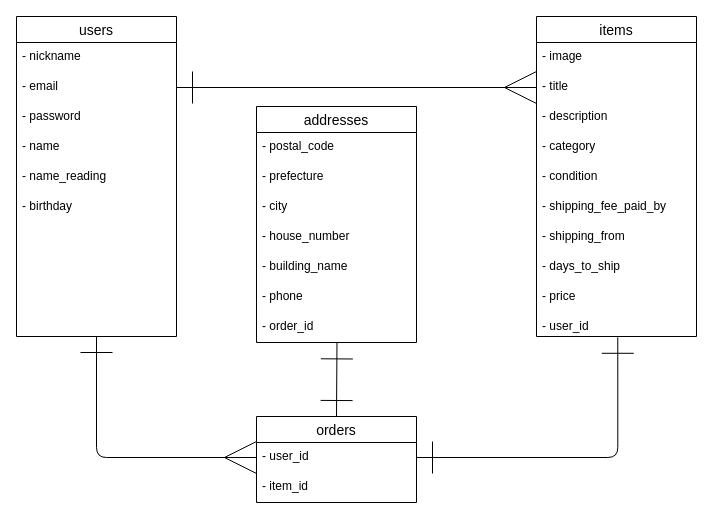
Above: furima.dio in fuj1sh0/furima-39662 (draw.io), before the change. Source tidied: cells renumbered, new cells numbered last; positions are measured from the earlier drawing's top-left corner, leaving out a move shared by most shapes. Both pictures are drawn from the tidied source at 100%, with x=0, y=0 at pixel (16, 16).
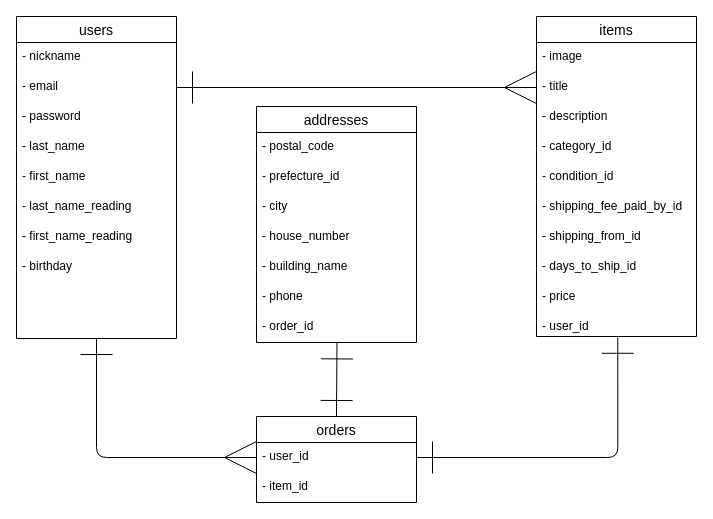
The same diagram, later.

Commit message (it also covers changes not shown here):
データベース設計2

The change refers to these unchanged cells:
```xml
<mxCell id="9" value="addresses" style="swimlane;fontStyle=0;horizontal=1;startSize=26;align=center;fontSize=14;" parent="1" vertex="1">
  <mxGeometry x="240" y="90" width="160" height="236" as="geometry" />
</mxCell>
<mxCell id="17" value="items" style="swimlane;fontStyle=0;horizontal=1;startSize=26;align=center;fontSize=14;" parent="1" vertex="1">
  <mxGeometry x="520" width="160" height="320" as="geometry" />
</mxCell>
```

The edit, as a diff of the source:
```diff
@@
     <mxCell id="2" value="users" style="swimlane;fontStyle=0;horizontal=1;startSize=26;align=center;fontSize=14;" parent="1" vertex="1">
-      <mxGeometry width="160" height="320" as="geometry" />
+      <mxGeometry width="160" height="322" as="geometry" />
     </mxCell>
@@
-    <mxCell id="6" value="- name" style="text;strokeColor=none;fillColor=none;spacingLeft=4;spacingRight=4;overflow=hidden;fontSize=12;" parent="2" vertex="1">
+    <mxCell id="6" value="- last_name" style="text;strokeColor=none;fillColor=none;spacingLeft=4;spacingRight=4;overflow=hidden;fontSize=12;" parent="2" vertex="1">
       <mxGeometry y="116" width="160" height="30" as="geometry" />
     </mxCell>
+    <mxCell id="35" value="- first_name" style="text;strokeColor=none;fillColor=none;spacingLeft=4;spacingRight=4;overflow=hidden;fontSize=12;" parent="2" vertex="1">
+      <mxGeometry y="146" width="160" height="30" as="geometry" />
+    </mxCell>
-    <mxCell id="7" value="- name_reading" style="text;strokeColor=none;fillColor=none;spacingLeft=4;spacingRight=4;overflow=hidden;fontSize=12;" parent="2" vertex="1">
-      <mxGeometry y="146" width="160" height="30" as="geometry" />
+    <mxCell id="7" value="- last_name_reading" style="text;strokeColor=none;fillColor=none;spacingLeft=4;spacingRight=4;overflow=hidden;fontSize=12;" parent="2" vertex="1">
+      <mxGeometry y="176" width="160" height="30" as="geometry" />
     </mxCell>
+    <mxCell id="36" value="- first_name_reading" style="text;strokeColor=none;fillColor=none;spacingLeft=4;spacingRight=4;overflow=hidden;fontSize=12;" parent="2" vertex="1">
+      <mxGeometry y="206" width="160" height="30" as="geometry" />
+    </mxCell>
     <mxCell id="8" value="- birthday" style="text;strokeColor=none;fillColor=none;spacingLeft=4;spacingRight=4;overflow=hidden;points=[[0,0.5],[1,0.5]];portConstraint=eastwest;fontSize=12;" parent="2" vertex="1">
-      <mxGeometry y="176" width="160" height="144" as="geometry" />
+      <mxGeometry y="236" width="160" height="86" as="geometry" />
     </mxCell>
@@
-    <mxCell id="11" value="- prefecture" style="text;strokeColor=none;fillColor=none;spacingLeft=4;spacingRight=4;overflow=hidden;fontSize=12;" parent="9" vertex="1">
+    <mxCell id="11" value="- prefecture_id" style="text;strokeColor=none;fillColor=none;spacingLeft=4;spacingRight=4;overflow=hidden;fontSize=12;" parent="9" vertex="1">
       <mxGeometry y="56" width="160" height="30" as="geometry" />
     </mxCell>
@@
-    <mxCell id="21" value="- category" style="text;strokeColor=none;fillColor=none;spacingLeft=4;spacingRight=4;overflow=hidden;fontSize=12;" parent="17" vertex="1">
+    <mxCell id="21" value="- category_id" style="text;strokeColor=none;fillColor=none;spacingLeft=4;spacingRight=4;overflow=hidden;fontSize=12;" parent="17" vertex="1">
       <mxGeometry y="116" width="160" height="30" as="geometry" />
     </mxCell>
-    <mxCell id="22" value="- condition" style="text;strokeColor=none;fillColor=none;spacingLeft=4;spacingRight=4;overflow=hidden;fontSize=12;" parent="17" vertex="1">
+    <mxCell id="22" value="- condition_id" style="text;strokeColor=none;fillColor=none;spacingLeft=4;spacingRight=4;overflow=hidden;fontSize=12;" parent="17" vertex="1">
       <mxGeometry y="146" width="160" height="30" as="geometry" />
     </mxCell>
-    <mxCell id="23" value="- shipping_fee_paid_by" style="text;strokeColor=none;fillColor=none;spacingLeft=4;spacingRight=4;overflow=hidden;fontSize=12;" parent="17" vertex="1">
+    <mxCell id="23" value="- shipping_fee_paid_by_id" style="text;strokeColor=none;fillColor=none;spacingLeft=4;spacingRight=4;overflow=hidden;fontSize=12;" parent="17" vertex="1">
       <mxGeometry y="176" width="160" height="30" as="geometry" />
     </mxCell>
-    <mxCell id="24" value="- shipping_from" style="text;strokeColor=none;fillColor=none;spacingLeft=4;spacingRight=4;overflow=hidden;fontSize=12;" parent="17" vertex="1">
+    <mxCell id="24" value="- shipping_from_id" style="text;strokeColor=none;fillColor=none;spacingLeft=4;spacingRight=4;overflow=hidden;fontSize=12;" parent="17" vertex="1">
       <mxGeometry y="206" width="160" height="30" as="geometry" />
     </mxCell>
-    <mxCell id="25" value="- days_to_ship" style="text;strokeColor=none;fillColor=none;spacingLeft=4;spacingRight=4;overflow=hidden;fontSize=12;" parent="17" vertex="1">
+    <mxCell id="25" value="- days_to_ship_id" style="text;strokeColor=none;fillColor=none;spacingLeft=4;spacingRight=4;overflow=hidden;fontSize=12;" parent="17" vertex="1">
       <mxGeometry y="236" width="160" height="30" as="geometry" />
     </mxCell>
```
